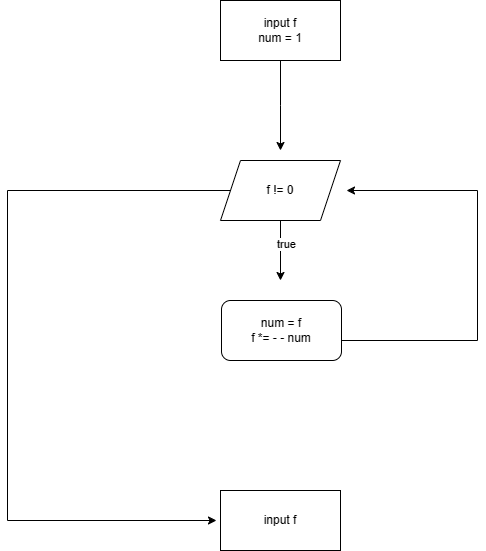
Earlier version of the draw.io export Loop7.png (junHyeokP/Algorithm). Source tidied: cells renumbered, new cells last; positions are measured from the earlier drawing's top-left corner, leaving out a move shared by most shapes. Its diagram source:
```xml
<mxGraphModel>
  <root>
    <mxCell id="0" />
    <mxCell id="1" parent="0" />
    <mxCell id="2" style="edgeStyle=orthogonalEdgeStyle;rounded=0;jettySize=auto;html=1;exitX=0.5;exitY=1;exitDx=0;exitDy=0;" parent="1" edge="1" source="3">
      <mxGeometry relative="1" as="geometry">
        <mxPoint x="273" y="150" as="targetPoint" />
      </mxGeometry>
    </mxCell>
    <mxCell id="3" value="input f&lt;div&gt;num = 1&lt;/div&gt;" style="rounded=0;whiteSpace=wrap;html=1;" parent="1" vertex="1">
      <mxGeometry x="213" width="120" height="60" as="geometry" />
    </mxCell>
    <mxCell id="4" style="edgeStyle=orthogonalEdgeStyle;rounded=0;jettySize=auto;html=1;exitX=0.5;exitY=1;exitDx=0;exitDy=0;" parent="1" edge="1" source="7">
      <mxGeometry relative="1" as="geometry">
        <mxPoint x="273" y="280" as="targetPoint" />
      </mxGeometry>
    </mxCell>
    <mxCell id="5" value="true" style="edgeLabel;html=1;align=center;verticalAlign=middle;" parent="4" vertex="1">
      <mxGeometry x="-0.24" y="5" relative="1" as="geometry" />
    </mxCell>
    <mxCell id="6" style="edgeStyle=orthogonalEdgeStyle;rounded=0;jettySize=auto;html=1;exitX=0;exitY=0.5;exitDx=0;exitDy=0;" parent="1" edge="1" source="7">
      <mxGeometry relative="1" as="geometry">
        <mxPoint x="209" y="520" as="targetPoint" />
        <Array as="points">
          <mxPoint y="190" />
        </Array>
      </mxGeometry>
    </mxCell>
    <mxCell id="7" value="f != 0" style="shape=parallelogram;perimeter=parallelogramPerimeter;whiteSpace=wrap;html=1;fixedSize=1;" parent="1" vertex="1">
      <mxGeometry x="213" y="160" width="120" height="60" as="geometry" />
    </mxCell>
    <mxCell id="8" style="edgeStyle=orthogonalEdgeStyle;rounded=0;jettySize=auto;html=1;exitX=1;exitY=0.5;exitDx=0;exitDy=0;" parent="1" edge="1" source="9">
      <mxGeometry relative="1" as="geometry">
        <mxPoint x="339" y="190" as="targetPoint" />
        <Array as="points">
          <mxPoint x="334" y="340" />
          <mxPoint x="470" y="340" />
          <mxPoint x="470" y="190" />
        </Array>
      </mxGeometry>
    </mxCell>
    <mxCell id="9" value="&lt;div&gt;num = f&lt;/div&gt;&lt;div&gt;f *= - - num&lt;/div&gt;" style="rounded=1;whiteSpace=wrap;html=1;" parent="1" vertex="1">
      <mxGeometry x="214" y="300" width="120" height="60" as="geometry" />
    </mxCell>
    <mxCell id="10" value="input f" style="rounded=0;whiteSpace=wrap;html=1;" parent="1" vertex="1">
      <mxGeometry x="213" y="490" width="120" height="60" as="geometry" />
    </mxCell>
  </root>
</mxGraphModel>
```
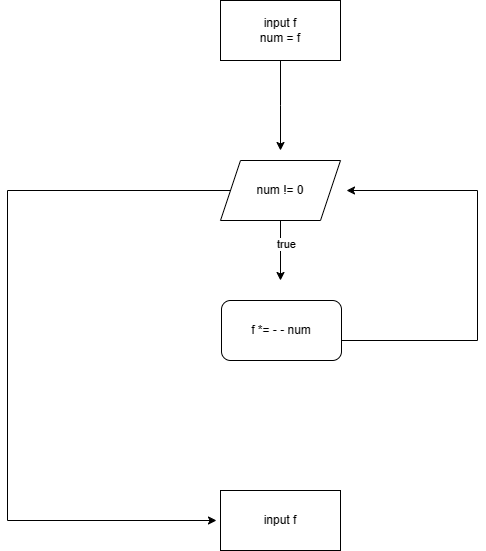
Above is the later version.

Change to the diagram source:
```diff
@@ -7,7 +7,7 @@
         <mxPoint x="273" y="150" as="targetPoint" />
       </mxGeometry>
     </mxCell>
-    <mxCell id="3" value="input f&lt;div&gt;num = 1&lt;/div&gt;" style="rounded=0;whiteSpace=wrap;html=1;" parent="1" vertex="1">
+    <mxCell id="3" value="input f&lt;div&gt;num = f&lt;/div&gt;" style="rounded=0;whiteSpace=wrap;html=1;" parent="1" vertex="1">
       <mxGeometry x="213" width="120" height="60" as="geometry" />
     </mxCell>
     <mxCell id="4" style="edgeStyle=orthogonalEdgeStyle;rounded=0;jettySize=auto;html=1;exitX=0.5;exitY=1;exitDx=0;exitDy=0;" parent="1" edge="1" source="7">
@@ -26,7 +26,7 @@
         </Array>
       </mxGeometry>
     </mxCell>
-    <mxCell id="7" value="f != 0" style="shape=parallelogram;perimeter=parallelogramPerimeter;whiteSpace=wrap;html=1;fixedSize=1;" parent="1" vertex="1">
+    <mxCell id="7" value="num != 0" style="shape=parallelogram;perimeter=parallelogramPerimeter;whiteSpace=wrap;html=1;fixedSize=1;" parent="1" vertex="1">
       <mxGeometry x="213" y="160" width="120" height="60" as="geometry" />
     </mxCell>
     <mxCell id="8" style="edgeStyle=orthogonalEdgeStyle;rounded=0;jettySize=auto;html=1;exitX=1;exitY=0.5;exitDx=0;exitDy=0;" parent="1" edge="1" source="9">
@@ -39,7 +39,7 @@
         </Array>
       </mxGeometry>
     </mxCell>
-    <mxCell id="9" value="&lt;div&gt;num = f&lt;/div&gt;&lt;div&gt;f *= - - num&lt;/div&gt;" style="rounded=1;whiteSpace=wrap;html=1;" parent="1" vertex="1">
+    <mxCell id="9" value="&lt;div&gt;&lt;span style=&quot;background-color: initial;&quot;&gt;f *= - - num&lt;/span&gt;&lt;br&gt;&lt;/div&gt;" style="rounded=1;whiteSpace=wrap;html=1;" parent="1" vertex="1">
       <mxGeometry x="214" y="300" width="120" height="60" as="geometry" />
     </mxCell>
     <mxCell id="10" value="input f" style="rounded=0;whiteSpace=wrap;html=1;" parent="1" vertex="1">
```
